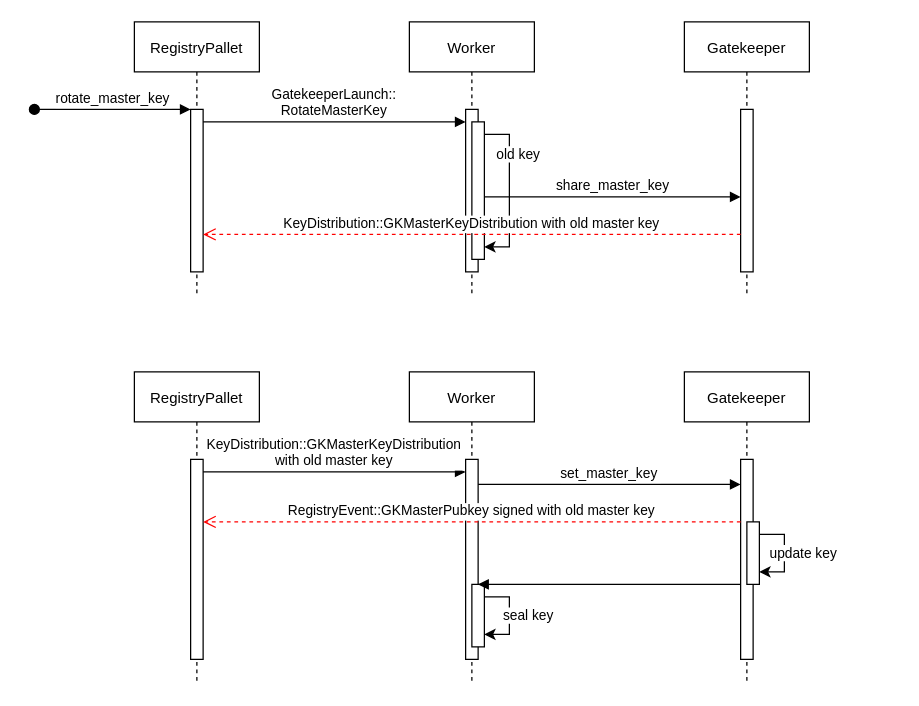
The draw.io diagram page "key rotation" (2 of 2) of master-key-provision.drawio in shelvenzhou/drawio-diagrams, before the edit. Source tidied: cells renumbered, new cells numbered last; positions are measured from the earlier drawing's top-left corner, leaving out a move shared by most shapes. Both pictures are drawn from the tidied source at 125%, with x=0, y=0 at pixel (34, 21).
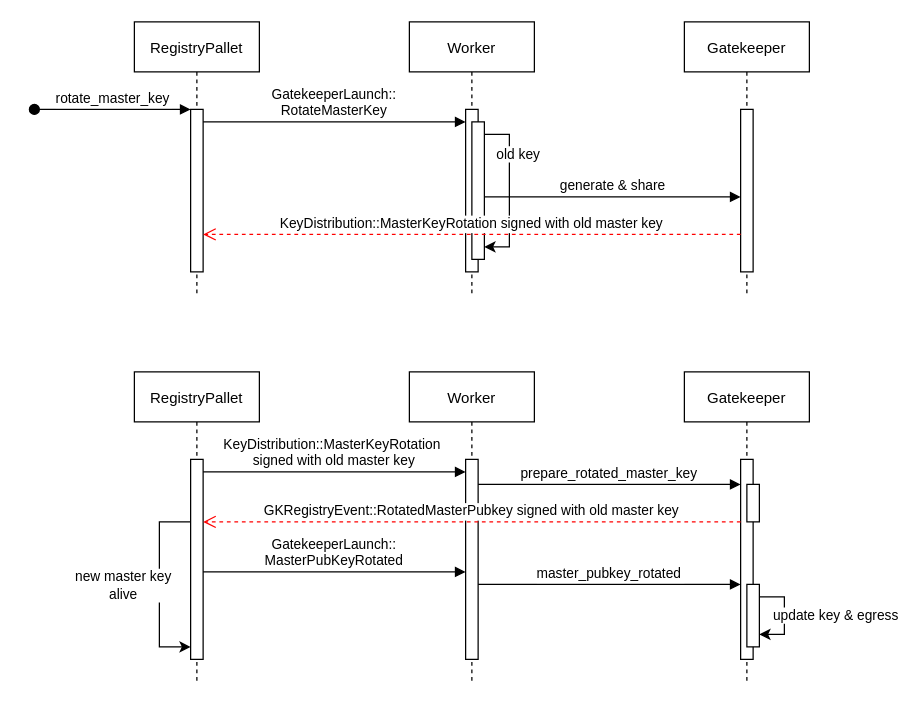
Above is the later version.

Unchanged cells that the change refers to:
```xml
<mxCell id="3" style="points=[];perimeter=orthogonalPerimeter;rounded=0;shadow=0;strokeWidth=1;" parent="2" vertex="1">
  <mxGeometry x="45" y="70" width="10" height="130" as="geometry" />
</mxCell>
<mxCell id="7" style="points=[];perimeter=orthogonalPerimeter;rounded=0;shadow=0;strokeWidth=1;" parent="6" vertex="1">
  <mxGeometry x="45" y="70" width="10" height="130" as="geometry" />
</mxCell>
<mxCell id="14" value="RegistryPallet" style="shape=umlLifeline;perimeter=lifelinePerimeter;rounded=0;shadow=0;strokeWidth=1;" parent="1" vertex="1">
  <mxGeometry x="80" y="280" width="100" height="250" as="geometry" />
</mxCell>
<mxCell id="15" style="points=[];perimeter=orthogonalPerimeter;rounded=0;shadow=0;strokeWidth=1;" parent="14" vertex="1">
  <mxGeometry x="45" y="70" width="10" height="160" as="geometry" />
</mxCell>
<mxCell id="16" value="Worker" style="shape=umlLifeline;perimeter=lifelinePerimeter;rounded=0;shadow=0;strokeWidth=1;" parent="1" vertex="1">
  <mxGeometry x="300" y="280" width="100" height="250" as="geometry" />
</mxCell>
<mxCell id="17" style="points=[];perimeter=orthogonalPerimeter;rounded=0;shadow=0;strokeWidth=1;" parent="16" vertex="1">
  <mxGeometry x="45" y="70" width="10" height="160" as="geometry" />
</mxCell>
<mxCell id="21" value="Gatekeeper" style="shape=umlLifeline;perimeter=lifelinePerimeter;rounded=0;shadow=0;strokeWidth=1;" parent="1" vertex="1">
  <mxGeometry x="520" y="280" width="100" height="250" as="geometry" />
</mxCell>
<mxCell id="22" style="points=[];perimeter=orthogonalPerimeter;rounded=0;shadow=0;strokeWidth=1;" parent="21" vertex="1">
  <mxGeometry x="45" y="70" width="10" height="160" as="geometry" />
</mxCell>
```

What changed in the source:
```diff
@@
-    <mxCell id="12" value="share_master_key" style="verticalAlign=bottom;endArrow=block;shadow=0;strokeWidth=1;" parent="1" edge="1">
+    <mxCell id="12" value="generate &amp; share" style="verticalAlign=bottom;endArrow=block;shadow=0;strokeWidth=1;" parent="1" edge="1">
       <mxGeometry relative="1" as="geometry">
         <mxPoint x="360" y="140" as="sourcePoint" />
         <mxPoint x="565" y="140" as="targetPoint" />
       </mxGeometry>
     </mxCell>
-    <mxCell id="13" value="KeyDistribution::GKMasterKeyDistribution with old master key" style="verticalAlign=bottom;endArrow=open;dashed=1;endSize=8;shadow=0;strokeWidth=1;fillColor=#FF0000;strokeColor=#FF0000;" parent="1" edge="1" source="7" target="3">
+    <mxCell id="13" value="KeyDistribution::MasterKeyRotation signed with old master key" style="verticalAlign=bottom;endArrow=open;dashed=1;endSize=8;shadow=0;strokeWidth=1;fillColor=#FF0000;strokeColor=#FF0000;" parent="1" edge="1" source="7" target="3">
       <mxGeometry relative="1" as="geometry">
         <Array as="points">
           <mxPoint x="410" y="170" />
         </Array>
       </mxGeometry>
     </mxCell>
@@
+    <mxCell id="31" style="edgeStyle=orthogonalEdgeStyle;rounded=0;orthogonalLoop=1;jettySize=auto;html=1;" parent="14" edge="1" source="15" target="15">
+      <mxGeometry relative="1" as="geometry">
+        <Array as="points">
+          <mxPoint x="20" y="120" />
+          <mxPoint x="20" y="220" />
+        </Array>
+      </mxGeometry>
+    </mxCell>
+    <mxCell id="32" value="new master key&lt;br&gt;alive" style="edgeLabel;html=1;align=center;verticalAlign=middle;" parent="31" vertex="1">
+      <mxGeometry x="0.01" y="1" relative="1" as="geometry">
+        <mxPoint x="-31" y="-1" as="offset" />
+      </mxGeometry>
+    </mxCell>
@@
-    <mxCell id="18" style="points=[];perimeter=orthogonalPerimeter;rounded=0;shadow=0;strokeWidth=1;" parent="16" vertex="1">
-      <mxGeometry x="50" y="170" width="10" height="50" as="geometry" />
-    </mxCell>
-    <mxCell id="19" style="edgeStyle=orthogonalEdgeStyle;rounded=0;orthogonalLoop=1;jettySize=auto;html=1;" parent="16" edge="1" source="18" target="18">
-      <mxGeometry relative="1" as="geometry">
-        <Array as="points">
-          <mxPoint x="80" y="180" />
-          <mxPoint x="80" y="210" />
-        </Array>
-      </mxGeometry>
-    </mxCell>
-    <mxCell id="20" value="seal key" style="edgeLabel;html=1;align=center;verticalAlign=middle;" parent="19" vertex="1">
-      <mxGeometry x="0.01" y="1" relative="1" as="geometry">
-        <mxPoint x="13" y="-1" as="offset" />
-      </mxGeometry>
-    </mxCell>
@@
-    <mxCell id="23" style="points=[];perimeter=orthogonalPerimeter;rounded=0;shadow=0;strokeWidth=1;" parent="21" vertex="1">
-      <mxGeometry x="50" y="120" width="10" height="50" as="geometry" />
-    </mxCell>
+    <mxCell id="33" style="perimeter=orthogonalPerimeter;rounded=0;shadow=0;strokeWidth=1;" parent="21" vertex="1">
+      <mxGeometry x="50" y="90" width="10" height="30" as="geometry" />
+    </mxCell>
+    <mxCell id="18" style="points=[];perimeter=orthogonalPerimeter;rounded=0;shadow=0;strokeWidth=1;" parent="21" vertex="1">
+      <mxGeometry x="50" y="170" width="10" height="50" as="geometry" />
+    </mxCell>
-    <mxCell id="24" style="edgeStyle=orthogonalEdgeStyle;rounded=0;orthogonalLoop=1;jettySize=auto;html=1;" parent="21" edge="1" source="23" target="23">
+    <mxCell id="24" style="edgeStyle=orthogonalEdgeStyle;rounded=0;orthogonalLoop=1;jettySize=auto;html=1;" parent="21" edge="1" source="18" target="18">
       <mxGeometry relative="1" as="geometry">
         <Array as="points">
-          <mxPoint x="80" y="130" />
-          <mxPoint x="80" y="160" />
+          <mxPoint x="80" y="180" />
+          <mxPoint x="80" y="210" />
         </Array>
       </mxGeometry>
     </mxCell>
-    <mxCell id="25" value="update key" style="edgeLabel;html=1;align=center;verticalAlign=middle;" parent="24" vertex="1">
+    <mxCell id="25" value="update key &amp;amp; egress" style="edgeLabel;html=1;align=center;verticalAlign=middle;" parent="24" vertex="1">
       <mxGeometry x="0.01" y="1" relative="1" as="geometry">
-        <mxPoint x="13" y="-1" as="offset" />
+        <mxPoint x="39" y="-1" as="offset" />
       </mxGeometry>
     </mxCell>
-    <mxCell id="26" value="set_master_key" style="verticalAlign=bottom;endArrow=block;shadow=0;strokeWidth=1;" parent="1" edge="1" source="17" target="22">
+    <mxCell id="26" value="prepare_rotated_master_key" style="verticalAlign=bottom;endArrow=block;shadow=0;strokeWidth=1;" parent="1" edge="1" source="17" target="22">
       <mxGeometry relative="1" as="geometry">
         <Array as="points">
           <mxPoint x="470" y="370" />
         </Array>
       </mxGeometry>
     </mxCell>
-    <mxCell id="27" value="KeyDistribution::GKMasterKeyDistribution&#10;with old master key" style="verticalAlign=bottom;endArrow=block;shadow=0;strokeWidth=1;" parent="1" edge="1" source="15" target="17">
+    <mxCell id="27" value="KeyDistribution::MasterKeyRotation &#10;signed with old master key" style="verticalAlign=bottom;endArrow=block;shadow=0;strokeWidth=1;" parent="1" edge="1" source="15" target="17">
       <mxGeometry relative="1" as="geometry">
         <Array as="points">
           <mxPoint x="275" y="360" />
         </Array>
       </mxGeometry>
     </mxCell>
-    <mxCell id="28" value="RegistryEvent::GKMasterPubkey signed with old master key" style="verticalAlign=bottom;endArrow=open;dashed=1;endSize=8;shadow=0;strokeWidth=1;fillColor=#FF0000;strokeColor=#FF0000;" parent="1" edge="1" source="22" target="15">
+    <mxCell id="28" value="GKRegistryEvent::RotatedMasterPubkey signed with old master key" style="verticalAlign=bottom;endArrow=open;dashed=1;endSize=8;shadow=0;strokeWidth=1;fillColor=#FF0000;strokeColor=#FF0000;" parent="1" edge="1" source="22" target="15">
       <mxGeometry relative="1" as="geometry">
         <Array as="points">
           <mxPoint x="410" y="400" />
         </Array>
       </mxGeometry>
     </mxCell>
-    <mxCell id="29" style="verticalAlign=bottom;endArrow=block;shadow=0;strokeWidth=1;" parent="1" edge="1" source="22" target="17">
-      <mxGeometry relative="1" as="geometry">
-        <Array as="points">
-          <mxPoint x="480" y="450" />
-        </Array>
-      </mxGeometry>
-    </mxCell>
@@
+    <mxCell id="34" value="GatekeeperLaunch::&#10;MasterPubKeyRotated" style="verticalAlign=bottom;endArrow=block;shadow=0;strokeWidth=1;" parent="1" edge="1" source="15" target="17">
+      <mxGeometry relative="1" as="geometry">
+        <Array as="points">
+          <mxPoint x="260" y="440" />
+        </Array>
+      </mxGeometry>
+    </mxCell>
+    <mxCell id="35" value="master_pubkey_rotated" style="verticalAlign=bottom;endArrow=block;shadow=0;strokeWidth=1;" parent="1" edge="1" source="17" target="22">
+      <mxGeometry relative="1" as="geometry">
+        <Array as="points">
+          <mxPoint x="480" y="450" />
+        </Array>
+      </mxGeometry>
+    </mxCell>
```
